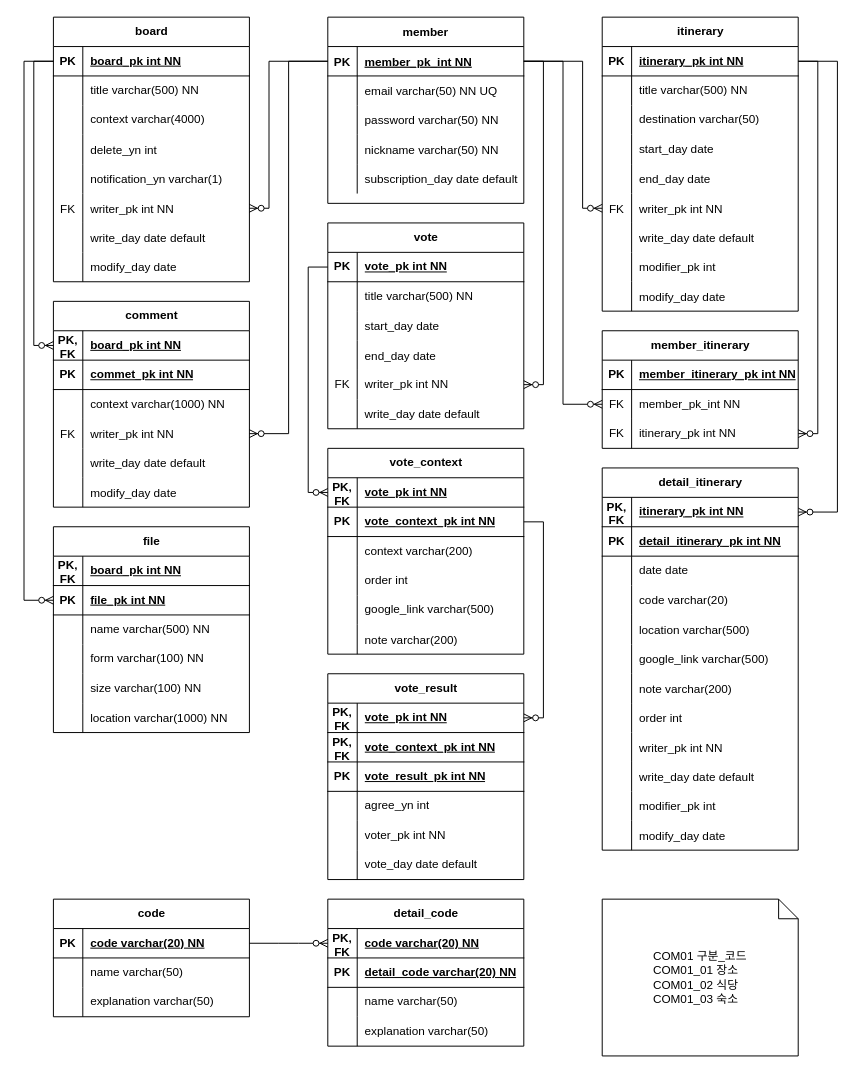
This is erd/itinerary_erd_physical.drawio from Hevrica/itinerary_be, a draw.io file, before an edit. Source tidied: cells renumbered, new cells numbered last; positions are measured from the earlier drawing's top-left corner, leaving out a move shared by most shapes. Both pictures are drawn from the tidied source at 98%, with x=0, y=0 at pixel (24, 17).
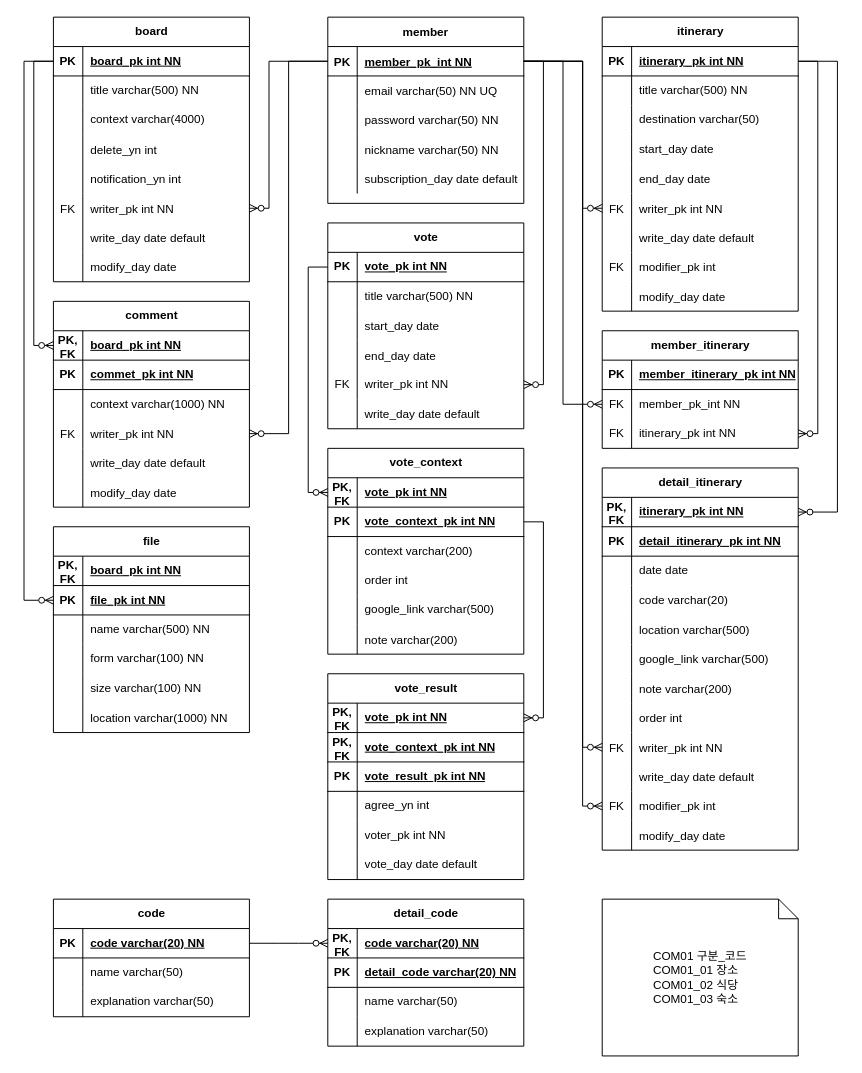
Above is the later version.

Commit message:
physical erd 물리명 수정

The change refers to these unchanged cells:
```xml
<mxCell id="3" style="shape=partialRectangle;fillColor=none;points=[[0,0.5],[1,0.5]];portConstraint=eastwest;top=0;left=0;right=0;bottom=1;" parent="2" vertex="1">
  <mxGeometry y="30" width="200" height="30" as="geometry" />
</mxCell>
<mxCell id="50" style="shape=tableRow;horizontal=0;startSize=0;swimlaneHead=0;swimlaneBody=0;fillColor=none;top=0;left=0;right=0;bottom=0;" parent="28" vertex="1">
  <mxGeometry y="240" width="200" height="30" as="geometry" />
</mxCell>
<mxCell id="81" style="shape=tableRow;horizontal=0;startSize=0;swimlaneHead=0;swimlaneBody=0;fillColor=none;points=[[0,0.5],[1,0.5]];portConstraint=eastwest;top=0;left=0;right=0;bottom=0;" parent="56" vertex="1">
  <mxGeometry y="270" width="200" height="30" as="geometry" />
</mxCell>
<mxCell id="87" style="shape=tableRow;horizontal=0;startSize=0;swimlaneHead=0;swimlaneBody=0;fillColor=none;points=[[0,0.5],[1,0.5]];portConstraint=eastwest;top=0;left=0;right=0;bottom=0;" parent="56" vertex="1">
  <mxGeometry y="330" width="200" height="30" as="geometry" />
</mxCell>
<mxCell id="130" style="shape=tableRow;horizontal=0;startSize=0;swimlaneHead=0;swimlaneBody=0;fillColor=none;top=0;left=0;right=0;bottom=0;" parent="117" vertex="1">
  <mxGeometry y="150" width="200" height="30" as="geometry" />
</mxCell>
```

The edit, as a diff of the source:
```diff
@@
-    <mxCell id="51" style="shape=partialRectangle;fillColor=none;top=0;left=0;bottom=0;right=0;overflow=hidden;" parent="50" vertex="1">
+    <mxCell id="51" value="FK" style="shape=partialRectangle;fillColor=none;top=0;left=0;bottom=0;right=0;overflow=hidden;" parent="50" vertex="1">
       <mxGeometry width="30" height="30" as="geometry" />
     </mxCell>
@@
-    <mxCell id="82" style="shape=partialRectangle;fillColor=none;top=0;left=0;bottom=0;right=0;overflow=hidden;" parent="81" vertex="1">
+    <mxCell id="82" value="FK" style="shape=partialRectangle;fillColor=none;top=0;left=0;bottom=0;right=0;overflow=hidden;" parent="81" vertex="1">
       <mxGeometry width="30" height="30" as="geometry" />
     </mxCell>
@@
-    <mxCell id="88" style="shape=partialRectangle;fillColor=none;top=0;left=0;bottom=0;right=0;overflow=hidden;" parent="87" vertex="1">
+    <mxCell id="88" value="FK" style="shape=partialRectangle;fillColor=none;top=0;left=0;bottom=0;right=0;overflow=hidden;" parent="87" vertex="1">
       <mxGeometry width="30" height="30" as="geometry" />
     </mxCell>
@@
-    <mxCell id="132" value="notification_yn varchar(1)" style="shape=partialRectangle;fillColor=none;top=0;left=0;bottom=0;right=0;align=left;spacingLeft=6;overflow=hidden;" parent="130" vertex="1">
+    <mxCell id="132" value="notification_yn int" style="shape=partialRectangle;fillColor=none;top=0;left=0;bottom=0;right=0;align=left;spacingLeft=6;overflow=hidden;" parent="130" vertex="1">
       <mxGeometry x="30" width="170" height="30" as="geometry" />
     </mxCell>
@@
+    <mxCell id="249" style="edgeStyle=elbowEdgeStyle;fontSize=12;html=1;endArrow=ERzeroToMany;endFill=1;rounded=0;entryX=0;entryY=0.5;entryDx=0;entryDy=0;" parent="1" edge="1" source="3" target="81">
+      <mxGeometry relative="1" as="geometry">
+        <Array as="points">
+          <mxPoint x="570" y="390" />
+        </Array>
+      </mxGeometry>
+    </mxCell>
+    <mxCell id="250" style="edgeStyle=elbowEdgeStyle;fontSize=12;html=1;endArrow=ERzeroToMany;endFill=1;rounded=0;exitX=1;exitY=0.5;exitDx=0;exitDy=0;entryX=0;entryY=0.5;entryDx=0;entryDy=0;" parent="1" edge="1" source="3" target="87">
+      <mxGeometry relative="1" as="geometry">
+        <Array as="points">
+          <mxPoint x="570" y="430" />
+        </Array>
+      </mxGeometry>
+    </mxCell>
```
